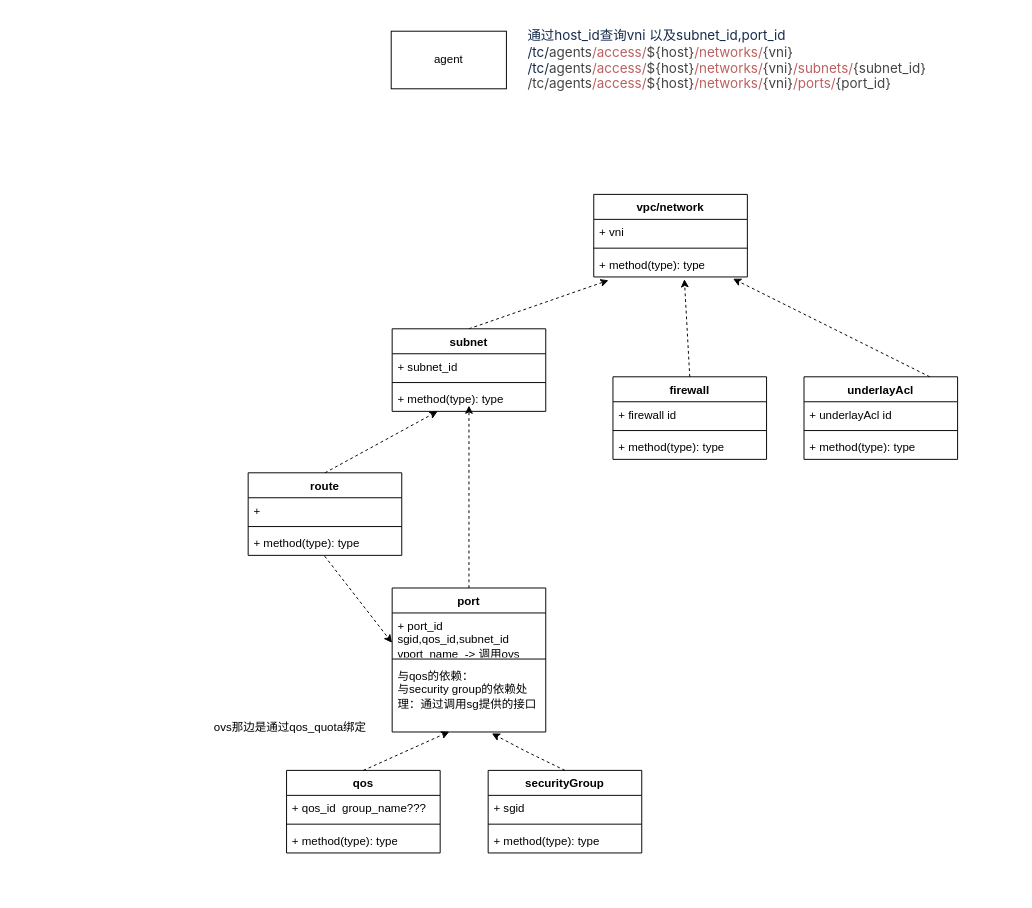
This is 资源依赖梳理.drawio from cola1998/CSDN-, a draw.io file, before an edit. Source tidied: cells renumbered, new cells numbered last; positions are measured from the earlier drawing's top-left corner, leaving out a move shared by most shapes. Both pictures are drawn from the tidied source at 96%, with x=0, y=0 at pixel (199, 16).
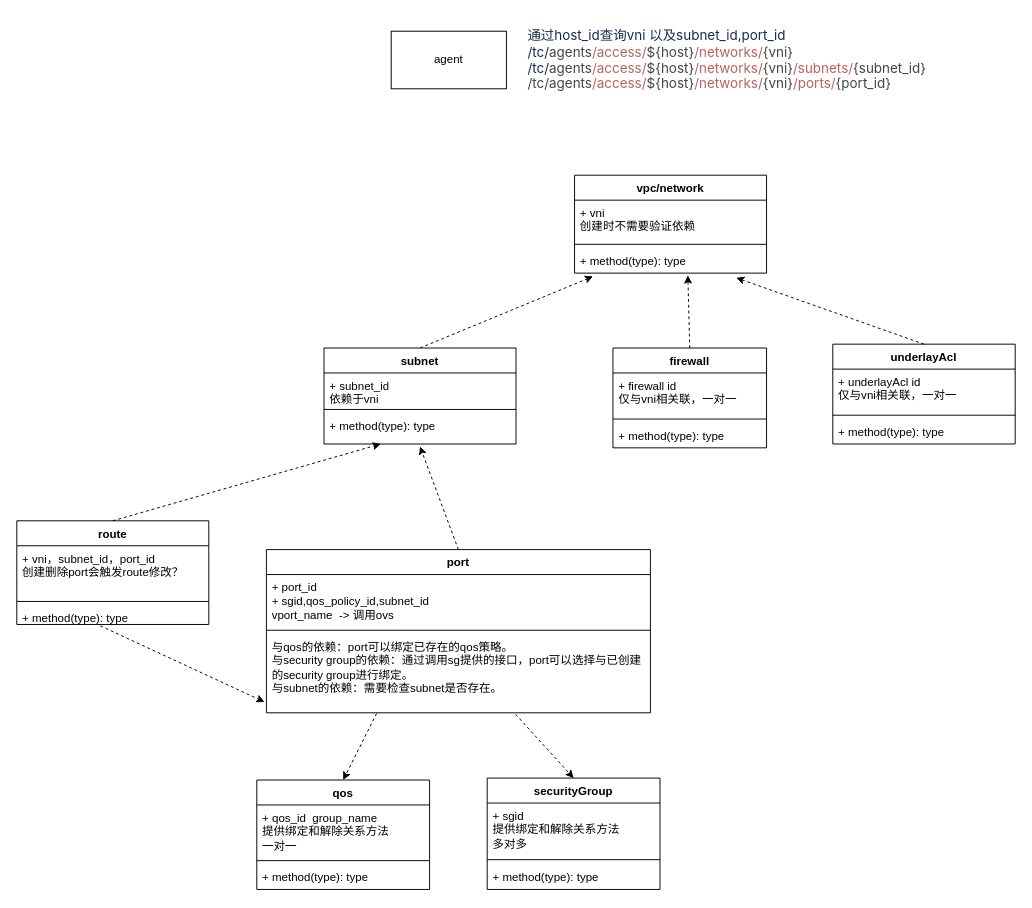
Above is the later version.

Commit message:
更新资源依赖梳理.drawio

Change to the diagram source:
```diff
@@
     <mxCell id="5" value="vpc/network" style="swimlane;fontStyle=1;align=center;verticalAlign=top;horizontal=1;startSize=26;whiteSpace=wrap;html=1;" parent="1" vertex="1">
-      <mxGeometry x="411" y="185" width="160" height="86" as="geometry" />
+      <mxGeometry x="391" y="165" width="200" height="102" as="geometry" />
     </mxCell>
-    <mxCell id="6" value="+ vni" style="text;strokeColor=none;fillColor=none;align=left;verticalAlign=top;spacingLeft=4;spacingRight=4;overflow=hidden;whiteSpace=wrap;html=1;" parent="5" vertex="1">
-      <mxGeometry y="26" width="160" height="26" as="geometry" />
+    <mxCell id="6" value="+ vni&lt;br&gt;创建时不需要验证依赖" style="text;strokeColor=none;fillColor=none;align=left;verticalAlign=top;spacingLeft=4;spacingRight=4;overflow=hidden;whiteSpace=wrap;html=1;" parent="5" vertex="1">
+      <mxGeometry y="26" width="200" height="42" as="geometry" />
     </mxCell>
     <mxCell id="7" style="line;strokeWidth=1;fillColor=none;align=left;verticalAlign=middle;spacingTop=-1;spacingLeft=3;spacingRight=3;labelPosition=right;strokeColor=inherit;" parent="5" vertex="1">
-      <mxGeometry y="52" width="160" height="8" as="geometry" />
+      <mxGeometry y="68" width="200" height="8" as="geometry" />
     </mxCell>
     <mxCell id="8" value="+ method(type): type" style="text;strokeColor=none;fillColor=none;align=left;verticalAlign=top;spacingLeft=4;spacingRight=4;overflow=hidden;points=[[0,0.5],[1,0.5]];portConstraint=eastwest;whiteSpace=wrap;html=1;" parent="5" vertex="1">
-      <mxGeometry y="60" width="160" height="26" as="geometry" />
+      <mxGeometry y="76" width="200" height="26" as="geometry" />
     </mxCell>
     <mxCell id="9" value="subnet" style="swimlane;fontStyle=1;align=center;verticalAlign=top;horizontal=1;startSize=26;whiteSpace=wrap;html=1;" parent="1" vertex="1">
-      <mxGeometry x="201" y="325" width="160" height="86" as="geometry" />
+      <mxGeometry x="130" y="345" width="200" height="100" as="geometry" />
     </mxCell>
-    <mxCell id="10" value="+ subnet_id" style="text;strokeColor=none;fillColor=none;align=left;verticalAlign=top;spacingLeft=4;spacingRight=4;overflow=hidden;whiteSpace=wrap;html=1;" parent="9" vertex="1">
-      <mxGeometry y="26" width="160" height="26" as="geometry" />
+    <mxCell id="10" value="+ subnet_id&lt;br&gt;依赖于vni" style="text;strokeColor=none;fillColor=none;align=left;verticalAlign=top;spacingLeft=4;spacingRight=4;overflow=hidden;whiteSpace=wrap;html=1;" parent="9" vertex="1">
+      <mxGeometry y="26" width="200" height="34" as="geometry" />
     </mxCell>
     <mxCell id="11" style="line;strokeWidth=1;fillColor=none;align=left;verticalAlign=middle;spacingTop=-1;spacingLeft=3;spacingRight=3;labelPosition=right;strokeColor=inherit;" parent="9" vertex="1">
-      <mxGeometry y="52" width="160" height="8" as="geometry" />
+      <mxGeometry y="60" width="200" height="8" as="geometry" />
     </mxCell>
     <mxCell id="12" value="+ method(type): type" style="text;strokeColor=none;fillColor=none;align=left;verticalAlign=top;spacingLeft=4;spacingRight=4;overflow=hidden;points=[[0,0.5],[1,0.5]];portConstraint=eastwest;whiteSpace=wrap;html=1;" parent="9" vertex="1">
-      <mxGeometry y="60" width="160" height="26" as="geometry" />
+      <mxGeometry y="68" width="200" height="32" as="geometry" />
     </mxCell>
     <mxCell id="13" value="port" style="swimlane;fontStyle=1;align=center;verticalAlign=top;horizontal=1;startSize=26;whiteSpace=wrap;html=1;" parent="1" vertex="1">
-      <mxGeometry x="201" y="595" width="160" height="150" as="geometry" />
+      <mxGeometry x="70" y="555" width="400" height="170" as="geometry" />
     </mxCell>
-    <mxCell id="14" value="+ port_id&lt;br&gt;sgid,qos_id,subnet_id&lt;br&gt;vport_name&amp;nbsp; -&amp;gt; 调用ovs" style="text;strokeColor=none;fillColor=none;align=left;verticalAlign=top;spacingLeft=4;spacingRight=4;overflow=hidden;points=[[0,0.5],[1,0.5]];portConstraint=eastwest;whiteSpace=wrap;html=1;" parent="13" vertex="1">
-      <mxGeometry y="26" width="160" height="44" as="geometry" />
+    <mxCell id="14" value="+ port_id&lt;br&gt;+ sgid,qos_policy_id,subnet_id&lt;br&gt;vport_name&amp;nbsp; -&amp;gt; 调用ovs" style="text;strokeColor=none;fillColor=none;align=left;verticalAlign=top;spacingLeft=4;spacingRight=4;overflow=hidden;points=[[0,0.5],[1,0.5]];portConstraint=eastwest;whiteSpace=wrap;html=1;" parent="13" vertex="1">
+      <mxGeometry y="26" width="400" height="54" as="geometry" />
     </mxCell>
     <mxCell id="15" style="line;strokeWidth=1;fillColor=none;align=left;verticalAlign=middle;spacingTop=-1;spacingLeft=3;spacingRight=3;labelPosition=right;strokeColor=inherit;" parent="13" vertex="1">
-      <mxGeometry y="70" width="160" height="8" as="geometry" />
+      <mxGeometry y="80" width="400" height="8" as="geometry" />
     </mxCell>
-    <mxCell id="16" value="与qos的依赖：&lt;br&gt;与security group的依赖处理：通过调用sg提供的接口" style="text;strokeColor=none;fillColor=none;align=left;verticalAlign=top;spacingLeft=4;spacingRight=4;overflow=hidden;points=[[0,0.5],[1,0.5]];portConstraint=eastwest;whiteSpace=wrap;html=1;" parent="13" vertex="1">
-      <mxGeometry y="78" width="160" height="72" as="geometry" />
+    <mxCell id="16" value="与qos的依赖：port可以绑定已存在的qos策略。&lt;br&gt;与security group的依赖：通过调用sg提供的接口，port可以选择与已创建的security group进行绑定。&lt;br&gt;与subnet的依赖：需要检查subnet是否存在。" style="text;strokeColor=none;fillColor=none;align=left;verticalAlign=top;spacingLeft=4;spacingRight=4;overflow=hidden;points=[[0,0.5],[1,0.5]];portConstraint=eastwest;whiteSpace=wrap;html=1;" parent="13" vertex="1">
+      <mxGeometry y="88" width="400" height="82" as="geometry" />
     </mxCell>
-    <mxCell id="17" style="endArrow=classic;html=1;rounded=0;dashed=1;exitX=0.5;exitY=0;exitDx=0;exitDy=0;" parent="1" edge="1" source="13">
-      <mxGeometry relative="1" as="geometry">
-        <mxPoint x="281" y="405" as="targetPoint" />
-      </mxGeometry>
+    <mxCell id="17" style="endArrow=classic;html=1;rounded=0;dashed=1;exitX=0.5;exitY=0;exitDx=0;exitDy=0;entryX=0.5;entryY=1.081;entryDx=0;entryDy=0;entryPerimeter=0;" parent="1" edge="1" source="13" target="12">
+      <mxGeometry relative="1" as="geometry" />
     </mxCell>
     <mxCell id="18" value="qos" style="swimlane;fontStyle=1;align=center;verticalAlign=top;horizontal=1;startSize=26;whiteSpace=wrap;html=1;" parent="1" vertex="1">
-      <mxGeometry x="91" y="785" width="160" height="86" as="geometry" />
+      <mxGeometry x="60" y="795" width="180" height="114" as="geometry" />
     </mxCell>
-    <mxCell id="19" value="+ qos_id&amp;nbsp; group_name???" style="text;strokeColor=none;fillColor=none;align=left;verticalAlign=top;spacingLeft=4;spacingRight=4;overflow=hidden;whiteSpace=wrap;html=1;" parent="18" vertex="1">
-      <mxGeometry y="26" width="160" height="26" as="geometry" />
+    <mxCell id="19" value="+ qos_id&amp;nbsp; group_name&lt;br&gt;提供绑定和解除关系方法&lt;br&gt;一对一" style="text;strokeColor=none;fillColor=none;align=left;verticalAlign=top;spacingLeft=4;spacingRight=4;overflow=hidden;whiteSpace=wrap;html=1;" parent="18" vertex="1">
+      <mxGeometry y="26" width="180" height="54" as="geometry" />
     </mxCell>
     <mxCell id="20" style="line;strokeWidth=1;fillColor=none;align=left;verticalAlign=middle;spacingTop=-1;spacingLeft=3;spacingRight=3;labelPosition=right;strokeColor=inherit;" parent="18" vertex="1">
-      <mxGeometry y="52" width="160" height="8" as="geometry" />
+      <mxGeometry y="80" width="180" height="8" as="geometry" />
     </mxCell>
     <mxCell id="21" value="+ method(type): type" style="text;strokeColor=none;fillColor=none;align=left;verticalAlign=top;spacingLeft=4;spacingRight=4;overflow=hidden;whiteSpace=wrap;html=1;" parent="18" vertex="1">
-      <mxGeometry y="60" width="160" height="26" as="geometry" />
+      <mxGeometry y="88" width="180" height="26" as="geometry" />
     </mxCell>
-    <mxCell id="22" style="endArrow=classic;html=1;rounded=0;dashed=1;exitX=0.5;exitY=0;exitDx=0;exitDy=0;entryX=0.372;entryY=0.996;entryDx=0;entryDy=0;entryPerimeter=0;" parent="1" edge="1" source="18" target="16">
-      <mxGeometry relative="1" as="geometry" />
-    </mxCell>
     <mxCell id="23" value="securityGroup" style="swimlane;fontStyle=1;align=center;verticalAlign=top;horizontal=1;startSize=26;whiteSpace=wrap;html=1;" parent="1" vertex="1">
-      <mxGeometry x="301" y="785" width="160" height="86" as="geometry" />
+      <mxGeometry x="300" y="793" width="180" height="116" as="geometry" />
     </mxCell>
-    <mxCell id="24" value="+ sgid" style="text;strokeColor=none;fillColor=none;align=left;verticalAlign=top;spacingLeft=4;spacingRight=4;overflow=hidden;whiteSpace=wrap;html=1;" parent="23" vertex="1">
-      <mxGeometry y="26" width="160" height="26" as="geometry" />
+    <mxCell id="24" value="+ sgid&lt;br&gt;提供绑定和解除关系方法&lt;br&gt;多对多" style="text;strokeColor=none;fillColor=none;align=left;verticalAlign=top;spacingLeft=4;spacingRight=4;overflow=hidden;whiteSpace=wrap;html=1;" parent="23" vertex="1">
+      <mxGeometry y="26" width="180" height="54" as="geometry" />
     </mxCell>
     <mxCell id="25" style="line;strokeWidth=1;fillColor=none;align=left;verticalAlign=middle;spacingTop=-1;spacingLeft=3;spacingRight=3;labelPosition=right;strokeColor=inherit;" parent="23" vertex="1">
-      <mxGeometry y="52" width="160" height="8" as="geometry" />
+      <mxGeometry y="80" width="180" height="10" as="geometry" />
     </mxCell>
     <mxCell id="26" value="+ method(type): type" style="text;strokeColor=none;fillColor=none;align=left;verticalAlign=top;spacingLeft=4;spacingRight=4;overflow=hidden;whiteSpace=wrap;html=1;" parent="23" vertex="1">
-      <mxGeometry y="60" width="160" height="26" as="geometry" />
+      <mxGeometry y="90" width="180" height="26" as="geometry" />
     </mxCell>
-    <mxCell id="27" style="endArrow=classic;html=1;rounded=0;dashed=1;exitX=0.5;exitY=0;exitDx=0;exitDy=0;entryX=0.649;entryY=1.02;entryDx=0;entryDy=0;entryPerimeter=0;" parent="1" edge="1" source="23" target="16">
-      <mxGeometry relative="1" as="geometry">
-        <Array as="points">
-          <mxPoint x="340" y="765" />
-        </Array>
-      </mxGeometry>
-    </mxCell>
     <mxCell id="28" value="route" style="swimlane;fontStyle=1;align=center;verticalAlign=top;horizontal=1;startSize=26;whiteSpace=wrap;html=1;" parent="1" vertex="1">
-      <mxGeometry x="51" y="475" width="160" height="86" as="geometry" />
+      <mxGeometry x="-190" y="525" width="200" height="108" as="geometry" />
     </mxCell>
-    <mxCell id="29" value="+&amp;nbsp;" style="text;strokeColor=none;fillColor=none;align=left;verticalAlign=top;spacingLeft=4;spacingRight=4;overflow=hidden;whiteSpace=wrap;html=1;" parent="28" vertex="1">
-      <mxGeometry y="26" width="160" height="26" as="geometry" />
+    <mxCell id="29" value="+ vni，subnet_id，port_id&lt;br&gt;创建删除port会触发route修改？" style="text;strokeColor=none;fillColor=none;align=left;verticalAlign=top;spacingLeft=4;spacingRight=4;overflow=hidden;whiteSpace=wrap;html=1;" parent="28" vertex="1">
+      <mxGeometry y="26" width="200" height="54" as="geometry" />
     </mxCell>
     <mxCell id="30" style="line;strokeWidth=1;fillColor=none;align=left;verticalAlign=middle;spacingTop=-1;spacingLeft=3;spacingRight=3;labelPosition=right;strokeColor=inherit;" parent="28" vertex="1">
-      <mxGeometry y="52" width="160" height="8" as="geometry" />
+      <mxGeometry y="80" width="200" height="8" as="geometry" />
     </mxCell>
     <mxCell id="31" value="+ method(type): type" style="text;strokeColor=none;fillColor=none;align=left;verticalAlign=top;spacingLeft=4;spacingRight=4;overflow=hidden;points=[[0,0.5],[1,0.5]];portConstraint=eastwest;whiteSpace=wrap;html=1;" parent="28" vertex="1">
-      <mxGeometry y="60" width="160" height="26" as="geometry" />
+      <mxGeometry y="88" width="200" height="20" as="geometry" />
     </mxCell>
@@
-    <mxCell id="33" style="endArrow=classic;html=1;rounded=0;dashed=1;exitX=0.498;exitY=1.031;exitDx=0;exitDy=0;entryX=-0.001;entryY=0.706;entryDx=0;entryDy=0;entryPerimeter=0;exitPerimeter=0;" parent="1" edge="1" source="31" target="14">
+    <mxCell id="33" style="endArrow=classic;html=1;rounded=0;dashed=1;exitX=0.435;exitY=1.071;exitDx=0;exitDy=0;exitPerimeter=0;entryX=-0.005;entryY=0.862;entryDx=0;entryDy=0;entryPerimeter=0;" parent="1" edge="1" source="31" target="16">
       <mxGeometry relative="1" as="geometry" />
     </mxCell>
     <mxCell id="34" value="firewall" style="swimlane;fontStyle=1;align=center;verticalAlign=top;horizontal=1;startSize=26;whiteSpace=wrap;html=1;" parent="1" vertex="1">
-      <mxGeometry x="431" y="375" width="160" height="86" as="geometry" />
+      <mxGeometry x="431" y="345" width="160" height="104" as="geometry" />
     </mxCell>
-    <mxCell id="35" value="+ firewall id" style="text;strokeColor=none;fillColor=none;align=left;verticalAlign=top;spacingLeft=4;spacingRight=4;overflow=hidden;whiteSpace=wrap;html=1;" parent="34" vertex="1">
-      <mxGeometry y="26" width="160" height="26" as="geometry" />
+    <mxCell id="35" value="+ firewall id&lt;br&gt;仅与vni相关联，一对一" style="text;strokeColor=none;fillColor=none;align=left;verticalAlign=top;spacingLeft=4;spacingRight=4;overflow=hidden;whiteSpace=wrap;html=1;" parent="34" vertex="1">
+      <mxGeometry y="26" width="160" height="44" as="geometry" />
     </mxCell>
     <mxCell id="36" style="line;strokeWidth=1;fillColor=none;align=left;verticalAlign=middle;spacingTop=-1;spacingLeft=3;spacingRight=3;labelPosition=right;strokeColor=inherit;" parent="34" vertex="1">
-      <mxGeometry y="52" width="160" height="8" as="geometry" />
+      <mxGeometry y="70" width="160" height="8" as="geometry" />
     </mxCell>
     <mxCell id="37" value="+ method(type): type" style="text;strokeColor=none;fillColor=none;align=left;verticalAlign=top;spacingLeft=4;spacingRight=4;overflow=hidden;whiteSpace=wrap;html=1;" parent="34" vertex="1">
-      <mxGeometry y="60" width="160" height="26" as="geometry" />
+      <mxGeometry y="78" width="160" height="26" as="geometry" />
     </mxCell>
@@
     <mxCell id="39" value="underlayAcl&lt;br&gt;" style="swimlane;fontStyle=1;align=center;verticalAlign=top;horizontal=1;startSize=26;whiteSpace=wrap;html=1;" parent="1" vertex="1">
-      <mxGeometry x="630" y="375" width="160" height="86" as="geometry" />
+      <mxGeometry x="660" y="341" width="190" height="104" as="geometry" />
     </mxCell>
-    <mxCell id="40" value="+ underlayAcl id" style="text;strokeColor=none;fillColor=none;align=left;verticalAlign=top;spacingLeft=4;spacingRight=4;overflow=hidden;whiteSpace=wrap;html=1;" parent="39" vertex="1">
-      <mxGeometry y="26" width="160" height="26" as="geometry" />
+    <mxCell id="40" value="+ underlayAcl id&lt;br&gt;仅与vni相关联，一对一" style="text;strokeColor=none;fillColor=none;align=left;verticalAlign=top;spacingLeft=4;spacingRight=4;overflow=hidden;whiteSpace=wrap;html=1;" parent="39" vertex="1">
+      <mxGeometry y="26" width="190" height="44" as="geometry" />
     </mxCell>
     <mxCell id="41" style="line;strokeWidth=1;fillColor=none;align=left;verticalAlign=middle;spacingTop=-1;spacingLeft=3;spacingRight=3;labelPosition=right;strokeColor=inherit;" parent="39" vertex="1">
-      <mxGeometry y="52" width="160" height="8" as="geometry" />
+      <mxGeometry y="70" width="190" height="8" as="geometry" />
     </mxCell>
     <mxCell id="42" value="+ method(type): type" style="text;strokeColor=none;fillColor=none;align=left;verticalAlign=top;spacingLeft=4;spacingRight=4;overflow=hidden;whiteSpace=wrap;html=1;" parent="39" vertex="1">
-      <mxGeometry y="60" width="160" height="26" as="geometry" />
+      <mxGeometry y="78" width="190" height="26" as="geometry" />
     </mxCell>
-    <mxCell id="43" style="endArrow=classic;html=1;rounded=0;entryX=0.907;entryY=1.071;entryDx=0;entryDy=0;dashed=1;exitX=0.5;exitY=0;exitDx=0;exitDy=0;entryPerimeter=0;" parent="1" edge="1" target="8">
-      <mxGeometry relative="1" as="geometry">
-        <mxPoint x="761" y="375" as="sourcePoint" />
-      </mxGeometry>
+    <mxCell id="43" style="endArrow=classic;html=1;rounded=0;entryX=0.842;entryY=1.188;entryDx=0;entryDy=0;dashed=1;exitX=0.5;exitY=0;exitDx=0;exitDy=0;entryPerimeter=0;" parent="1" edge="1" source="39" target="8">
+      <mxGeometry relative="1" as="geometry" />
     </mxCell>
-    <mxCell id="44" value="ovs那边是通过qos_quota绑定" style="text;html=1;strokeColor=none;fillColor=none;align=center;verticalAlign=middle;whiteSpace=wrap;rounded=0;" parent="1" vertex="1">
-      <mxGeometry y="725" width="190" height="30" as="geometry" />
-    </mxCell>
+    <mxCell id="27" style="endArrow=classic;html=1;rounded=0;dashed=1;exitX=0.649;exitY=1.02;exitDx=0;exitDy=0;entryX=0.5;entryY=0;entryDx=0;entryDy=0;exitPerimeter=0;" parent="1" edge="1" source="16" target="23">
+      <mxGeometry relative="1" as="geometry" />
+    </mxCell>
+    <mxCell id="45" style="endArrow=classic;html=1;rounded=0;dashed=1;exitX=0.287;exitY=1.009;exitDx=0;exitDy=0;entryX=0.5;entryY=0;entryDx=0;entryDy=0;exitPerimeter=0;" parent="1" edge="1" source="16" target="18">
+      <mxGeometry relative="1" as="geometry" />
+    </mxCell>
```
